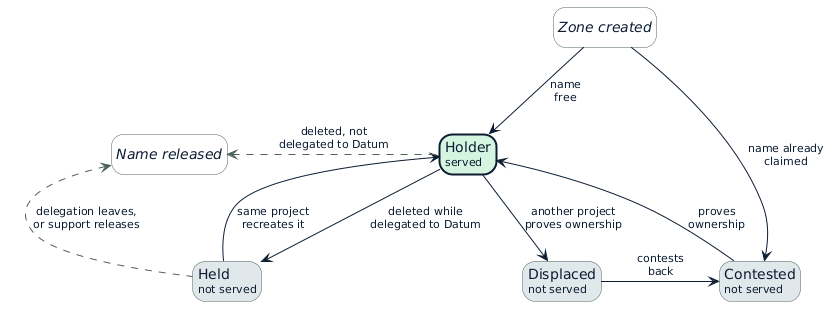
Above: enhancements/domains-and-dns/hosted-zone-ownership/claim-states.png in datum-cloud/enhancements (PlantUML), before the change. The source it was exported from:
```plantuml
@startuml claim-states
!$DATUM_MIDNIGHT_FJORD = "#0C1D31"
!$DATUM_PINE_FORGE = "#4D6356"
!$DATUM_BG_EXT_SYSTEM = "#E0E8EC"

hide empty description
hide stereotype
skinparam defaultFontName Helvetica
skinparam shadowing false
skinparam nodesep 70
skinparam ranksep 60
skinparam ArrowColor $DATUM_MIDNIGHT_FJORD
skinparam ArrowFontColor $DATUM_MIDNIGHT_FJORD
skinparam ArrowFontSize 11
skinparam state {
  BackgroundColor $DATUM_BG_EXT_SYSTEM
  BorderColor $DATUM_PINE_FORGE
  FontColor $DATUM_MIDNIGHT_FJORD
  BackgroundColor<<event>> #FFFFFF
  BorderColor<<event>> $DATUM_PINE_FORGE
  LineStyle<<event>> dashed
  FontStyle<<event>> italic
}

state "Zone created" as Created <<event>>
state "Holder\n<size:11>served</size>" as Holder #D5F5E0;line:0C1D31;line.bold
state "Held\n<size:11>not served</size>" as Held
state "Displaced\n<size:11>not served</size>" as Displaced
state "Contested\n<size:11>not served</size>" as Contested
state "Name released" as Released <<event>>

Created -down-> Holder : name\nfree
Created -down-> Contested : name already\nclaimed

Holder -down-> Held : deleted while\ndelegated to Datum
Held -up-> Holder : same project\nrecreates it

Holder -down-> Displaced : another project\nproves ownership
Displaced -right-> Contested : contests\nback
Contested -up-> Holder : proves\nownership

Holder -[dashed,#4D6356]left-> Released : deleted, not\ndelegated to Datum
Held -[dashed,#4D6356]up-> Released : delegation leaves,\nor support releases
@enduml
```
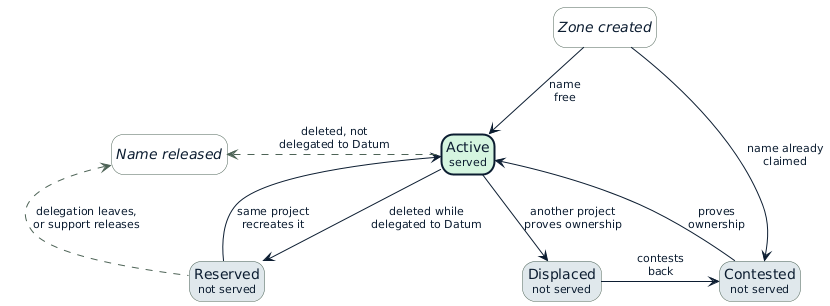
Above is the later version.

Commit message:
docs: Replace hold vocabulary with Active and Reserved claim states

What changed in the source:
```diff
@@ -23,22 +23,22 @@
 }
 
 state "Zone created" as Created <<event>>
-state "Holder\n<size:11>served</size>" as Holder #D5F5E0;line:0C1D31;line.bold
-state "Held\n<size:11>not served</size>" as Held
+state "Active\n<size:11>served</size>" as Active #D5F5E0;line:0C1D31;line.bold
+state "Reserved\n<size:11>not served</size>" as Reserved
 state "Displaced\n<size:11>not served</size>" as Displaced
 state "Contested\n<size:11>not served</size>" as Contested
 state "Name released" as Released <<event>>
 
-Created -down-> Holder : name\nfree
+Created -down-> Active : name\nfree
 Created -down-> Contested : name already\nclaimed
 
-Holder -down-> Held : deleted while\ndelegated to Datum
-Held -up-> Holder : same project\nrecreates it
+Active -down-> Reserved : deleted while\ndelegated to Datum
+Reserved -up-> Active : same project\nrecreates it
 
-Holder -down-> Displaced : another project\nproves ownership
+Active -down-> Displaced : another project\nproves ownership
 Displaced -right-> Contested : contests\nback
-Contested -up-> Holder : proves\nownership
+Contested -up-> Active : proves\nownership
 
-Holder -[dashed,#4D6356]left-> Released : deleted, not\ndelegated to Datum
-Held -[dashed,#4D6356]up-> Released : delegation leaves,\nor support releases
+Active -[dashed,#4D6356]left-> Released : deleted, not\ndelegated to Datum
+Reserved -[dashed,#4D6356]up-> Released : delegation leaves,\nor support releases
 @enduml
```
